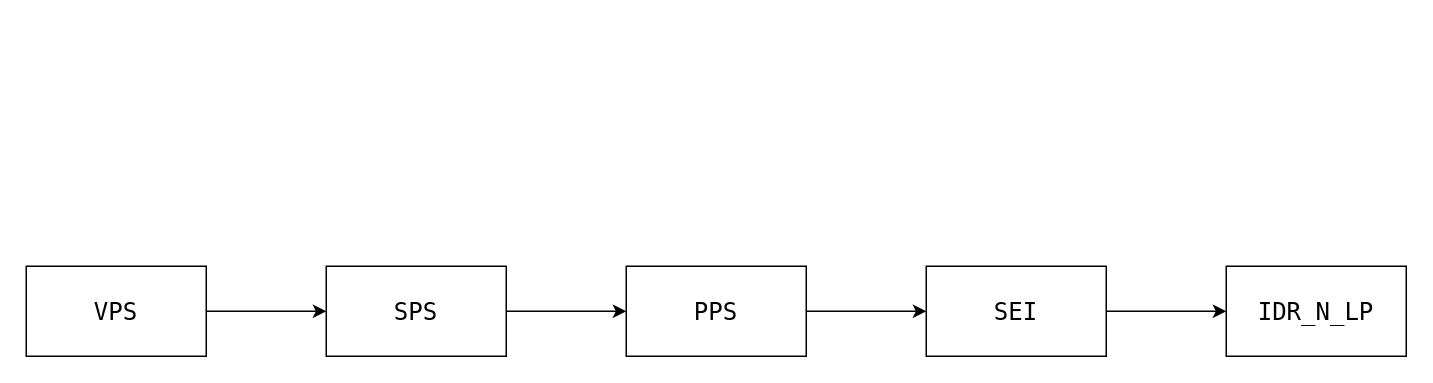
Before: XML/NALU.drawio in Joeyrr/draw.io, a draw.io diagram. Source tidied: cells renumbered, new cells numbered last; positions are measured from the earlier drawing's top-left corner, leaving out a move shared by most shapes. Both pictures are drawn from the tidied source at 150%, with x=0, y=0 at pixel (26, 266).
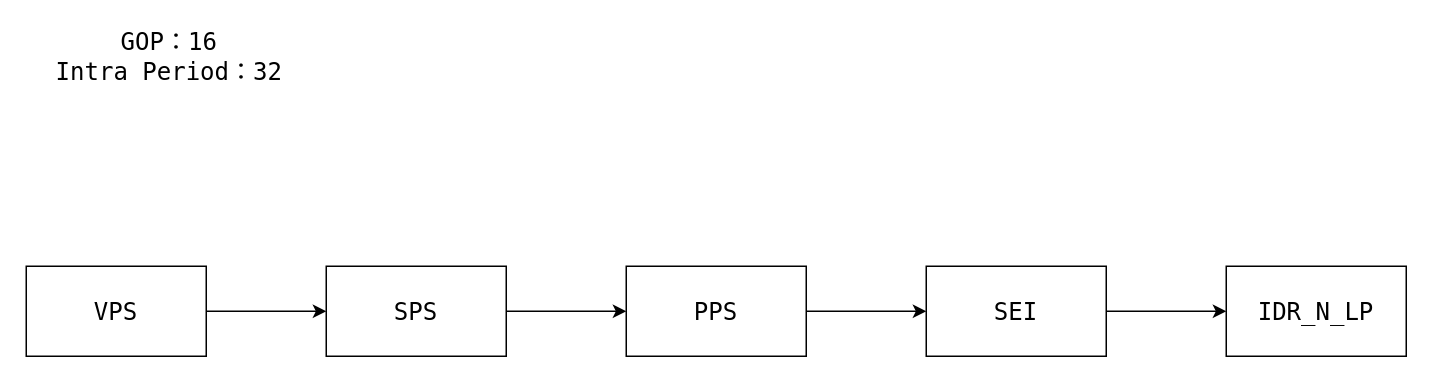
After the change.

The edit, as a diff of the source:
```diff
@@
 <mxGraphModel>
   <root>
     <mxCell id="0" />
     <mxCell id="1" parent="0" />
     <mxCell id="2" style="edgeStyle=orthogonalEdgeStyle;rounded=0;jettySize=auto;html=1;fontFamily=Lucida Console;fontSize=16;" parent="1" edge="1" source="3" target="5">
       <mxGeometry relative="1" as="geometry" />
     </mxCell>
     <mxCell id="3" value="VPS" style="rounded=0;whiteSpace=wrap;html=1;fontFamily=Lucida Console;fontSize=16;" parent="1" vertex="1">
       <mxGeometry width="120" height="60" as="geometry" />
     </mxCell>
     <mxCell id="4" style="edgeStyle=orthogonalEdgeStyle;rounded=0;jettySize=auto;html=1;fontFamily=Lucida Console;fontSize=16;" parent="1" edge="1" source="5" target="7">
       <mxGeometry relative="1" as="geometry" />
     </mxCell>
     <mxCell id="5" value="SPS" style="whiteSpace=wrap;html=1;fontSize=16;fontFamily=Lucida Console;rounded=0;" parent="1" vertex="1">
       <mxGeometry x="200" width="120" height="60" as="geometry" />
     </mxCell>
     <mxCell id="6" style="edgeStyle=orthogonalEdgeStyle;rounded=0;jettySize=auto;html=1;fontFamily=Lucida Console;fontSize=16;" parent="1" edge="1" source="7" target="9">
       <mxGeometry relative="1" as="geometry" />
     </mxCell>
     <mxCell id="7" value="PPS" style="whiteSpace=wrap;html=1;fontSize=16;fontFamily=Lucida Console;rounded=0;" parent="1" vertex="1">
       <mxGeometry x="400" width="120" height="60" as="geometry" />
     </mxCell>
     <mxCell id="8" style="edgeStyle=orthogonalEdgeStyle;rounded=0;jettySize=auto;html=1;fontFamily=Lucida Console;fontSize=16;" parent="1" edge="1" source="9" target="10">
       <mxGeometry relative="1" as="geometry" />
     </mxCell>
     <mxCell id="9" value="SEI" style="whiteSpace=wrap;html=1;fontSize=16;fontFamily=Lucida Console;rounded=0;" parent="1" vertex="1">
       <mxGeometry x="600" width="120" height="60" as="geometry" />
     </mxCell>
     <mxCell id="10" value="IDR_N_LP" style="whiteSpace=wrap;html=1;fontSize=16;fontFamily=Lucida Console;rounded=0;" parent="1" vertex="1">
       <mxGeometry x="800" width="120" height="60" as="geometry" />
     </mxCell>
+    <mxCell id="11" value="GOP：16&lt;br&gt;Intra Period：32" style="text;html=1;align=center;verticalAlign=middle;fillColor=none;strokeColor=none;rounded=0;fontFamily=Lucida Console;fontSize=16;" parent="1" vertex="1">
+      <mxGeometry x="10" y="-160" width="170" height="40" as="geometry" />
+    </mxCell>
   </root>
 </mxGraphModel>
```
